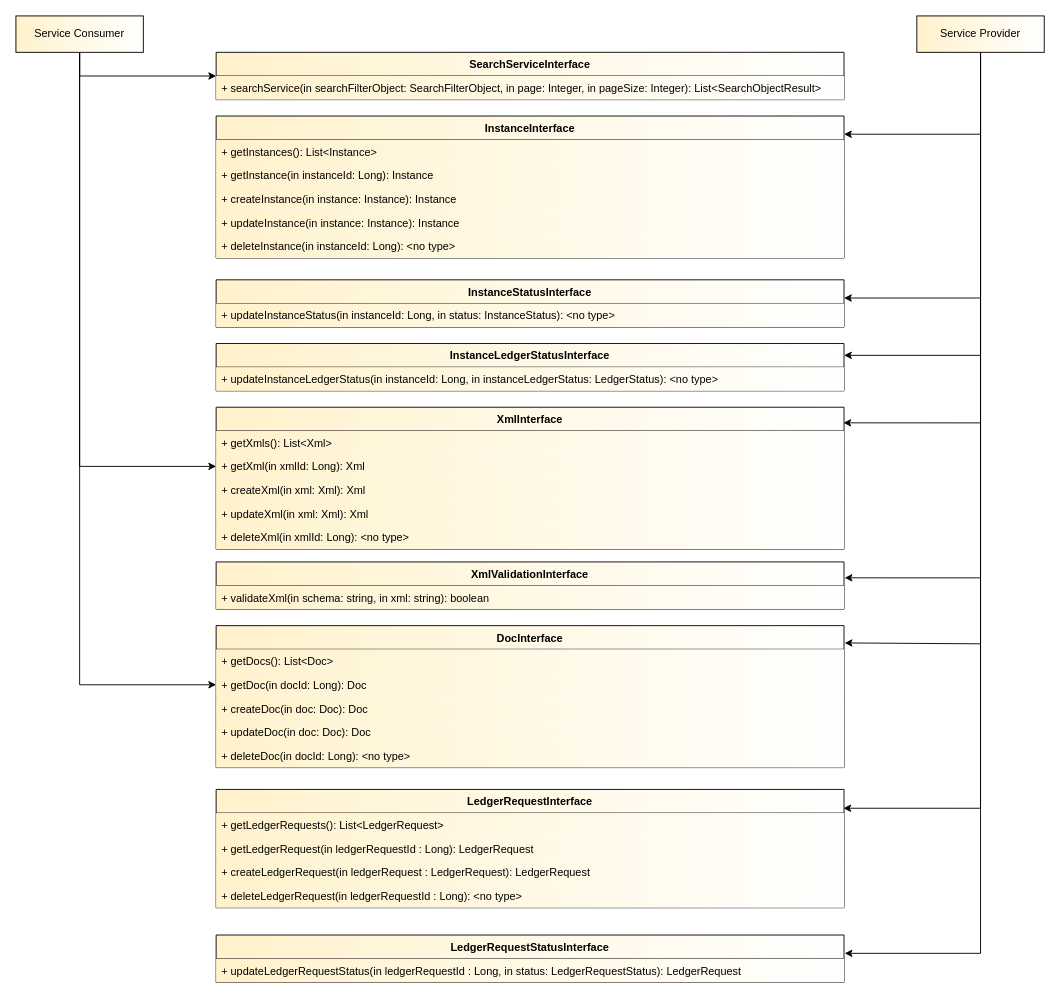
Before: materials/src/interfacedefinitions.drawio in maritimeconnectivity/g1128-msr-service-specification, a draw.io diagram. Source tidied: cells renumbered, new cells numbered last; positions are measured from the earlier drawing's top-left corner, leaving out a move shared by most shapes. Both pictures are drawn from the tidied source at 91%, with x=0, y=0 at pixel (15, 15).
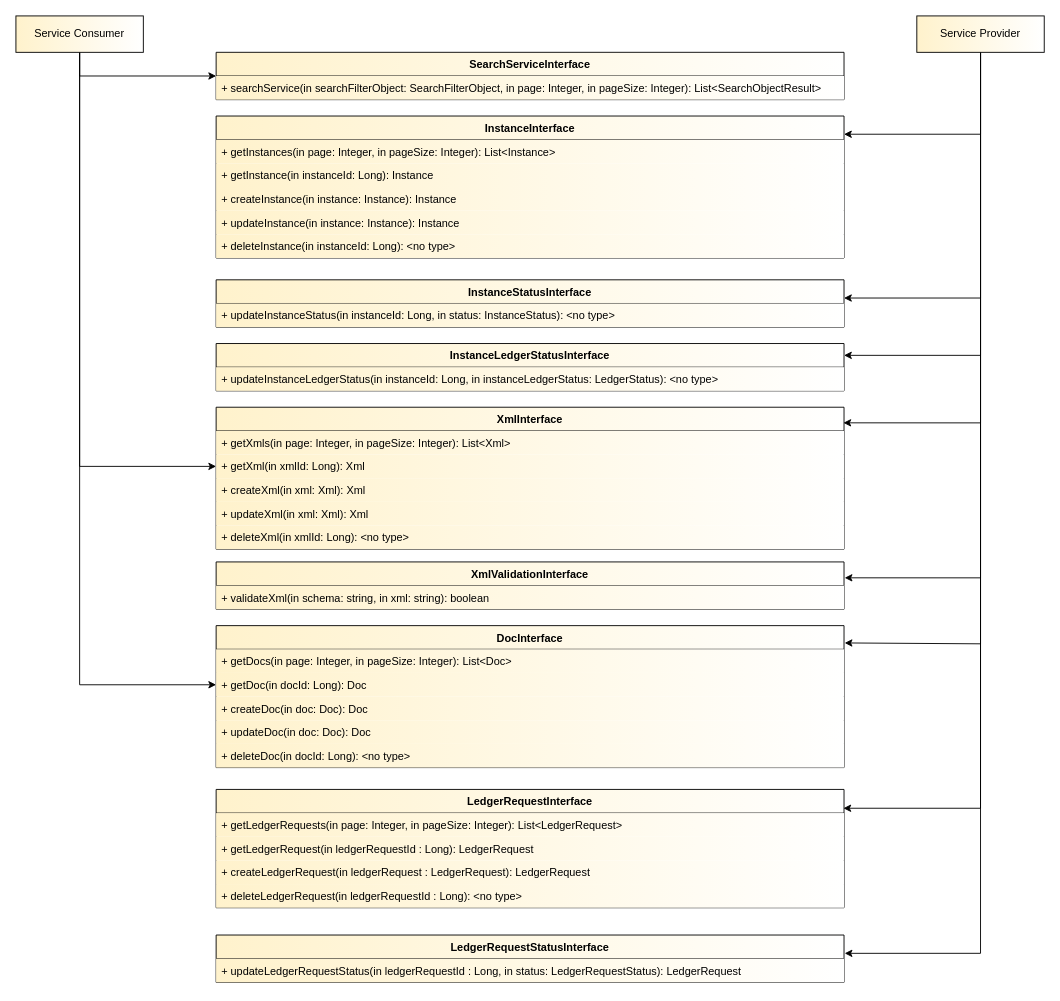
After the change.

Commit message:
Update interfacedefinitions.drawio with page/pageSize

Unchanged cells that the change refers to:
```xml
<mxCell id="2" value="InstanceInterface" style="swimlane;fontStyle=1;align=center;verticalAlign=top;horizontal=1;startSize=26;rounded=0;glass=0;fillColor=#fff2cc;gradientDirection=east;strokeColor=#000000;gradientColor=#ffffff;" parent="1" vertex="1">
  <mxGeometry x="220" y="110" width="690" height="156" as="geometry" />
</mxCell>
<mxCell id="8" value="DocInterface" style="swimlane;fontStyle=1;align=center;verticalAlign=top;horizontal=1;startSize=26;rounded=0;glass=0;fillColor=#fff2cc;gradientDirection=east;strokeColor=#000000;gradientColor=#ffffff;" parent="1" vertex="1">
  <mxGeometry x="220" y="670" width="690" height="156" as="geometry" />
</mxCell>
<mxCell id="14" value="XmlInterface" style="swimlane;fontStyle=1;align=center;verticalAlign=top;horizontal=1;startSize=26;rounded=0;glass=0;fillColor=#fff2cc;gradientDirection=east;strokeColor=#000000;gradientColor=#ffffff;" parent="1" vertex="1">
  <mxGeometry x="220" y="430" width="690" height="156" as="geometry" />
</mxCell>
<mxCell id="35" value="LedgerRequestInterface" style="swimlane;fontStyle=1;align=center;verticalAlign=top;horizontal=1;startSize=26;rounded=0;glass=0;fillColor=#fff2cc;gradientDirection=east;strokeColor=#000000;gradientColor=#ffffff;" parent="1" vertex="1">
  <mxGeometry x="220" y="850" width="690" height="130" as="geometry" />
</mxCell>
```

The edit, as a diff of the source:
```diff
@@
-    <mxCell id="3" value="+ getInstances(): List&lt;Instance&gt;" style="text;strokeColor=none;fillColor=#fff2cc;align=left;verticalAlign=top;spacingLeft=4;spacingRight=4;overflow=hidden;rounded=0;glass=0;gradientColor=#ffffff;gradientDirection=east;strokeWidth=1;" parent="2" vertex="1">
+    <mxCell id="3" value="+ getInstances(in page: Integer, in pageSize: Integer): List&lt;Instance&gt;" style="text;strokeColor=none;fillColor=#fff2cc;align=left;verticalAlign=top;spacingLeft=4;spacingRight=4;overflow=hidden;rounded=0;glass=0;gradientColor=#ffffff;gradientDirection=east;strokeWidth=1;" parent="2" vertex="1">
       <mxGeometry y="26" width="690" height="26" as="geometry" />
     </mxCell>
@@
-    <mxCell id="9" value="+ getDocs(): List&lt;Doc&gt;" style="text;strokeColor=none;fillColor=#fff2cc;align=left;verticalAlign=top;spacingLeft=4;spacingRight=4;overflow=hidden;rounded=0;glass=0;gradientColor=#ffffff;gradientDirection=east;strokeWidth=1;" parent="8" vertex="1">
+    <mxCell id="9" value="+ getDocs(in page: Integer, in pageSize: Integer): List&lt;Doc&gt;" style="text;strokeColor=none;fillColor=#fff2cc;align=left;verticalAlign=top;spacingLeft=4;spacingRight=4;overflow=hidden;rounded=0;glass=0;gradientColor=#ffffff;gradientDirection=east;strokeWidth=1;" parent="8" vertex="1">
       <mxGeometry y="26" width="690" height="26" as="geometry" />
     </mxCell>
@@
-    <mxCell id="15" value="+ getXmls(): List&lt;Xml&gt;" style="text;strokeColor=none;fillColor=#fff2cc;align=left;verticalAlign=top;spacingLeft=4;spacingRight=4;overflow=hidden;rounded=0;glass=0;gradientColor=#ffffff;gradientDirection=east;strokeWidth=1;" parent="14" vertex="1">
+    <mxCell id="15" value="+ getXmls(in page: Integer, in pageSize: Integer): List&lt;Xml&gt;" style="text;strokeColor=none;fillColor=#fff2cc;align=left;verticalAlign=top;spacingLeft=4;spacingRight=4;overflow=hidden;rounded=0;glass=0;gradientColor=#ffffff;gradientDirection=east;strokeWidth=1;" parent="14" vertex="1">
       <mxGeometry y="26" width="690" height="26" as="geometry" />
     </mxCell>
@@
-    <mxCell id="36" value="+ getLedgerRequests(): List&lt;LedgerRequest&gt;" style="text;strokeColor=none;fillColor=#fff2cc;align=left;verticalAlign=top;spacingLeft=4;spacingRight=4;overflow=hidden;rounded=0;glass=0;gradientColor=#ffffff;gradientDirection=east;strokeWidth=1;" parent="35" vertex="1">
+    <mxCell id="36" value="+ getLedgerRequests(in page: Integer, in pageSize: Integer): List&lt;LedgerRequest&gt;" style="text;strokeColor=none;fillColor=#fff2cc;align=left;verticalAlign=top;spacingLeft=4;spacingRight=4;overflow=hidden;rounded=0;glass=0;gradientColor=#ffffff;gradientDirection=east;strokeWidth=1;" parent="35" vertex="1">
       <mxGeometry y="26" width="690" height="26" as="geometry" />
     </mxCell>
```
